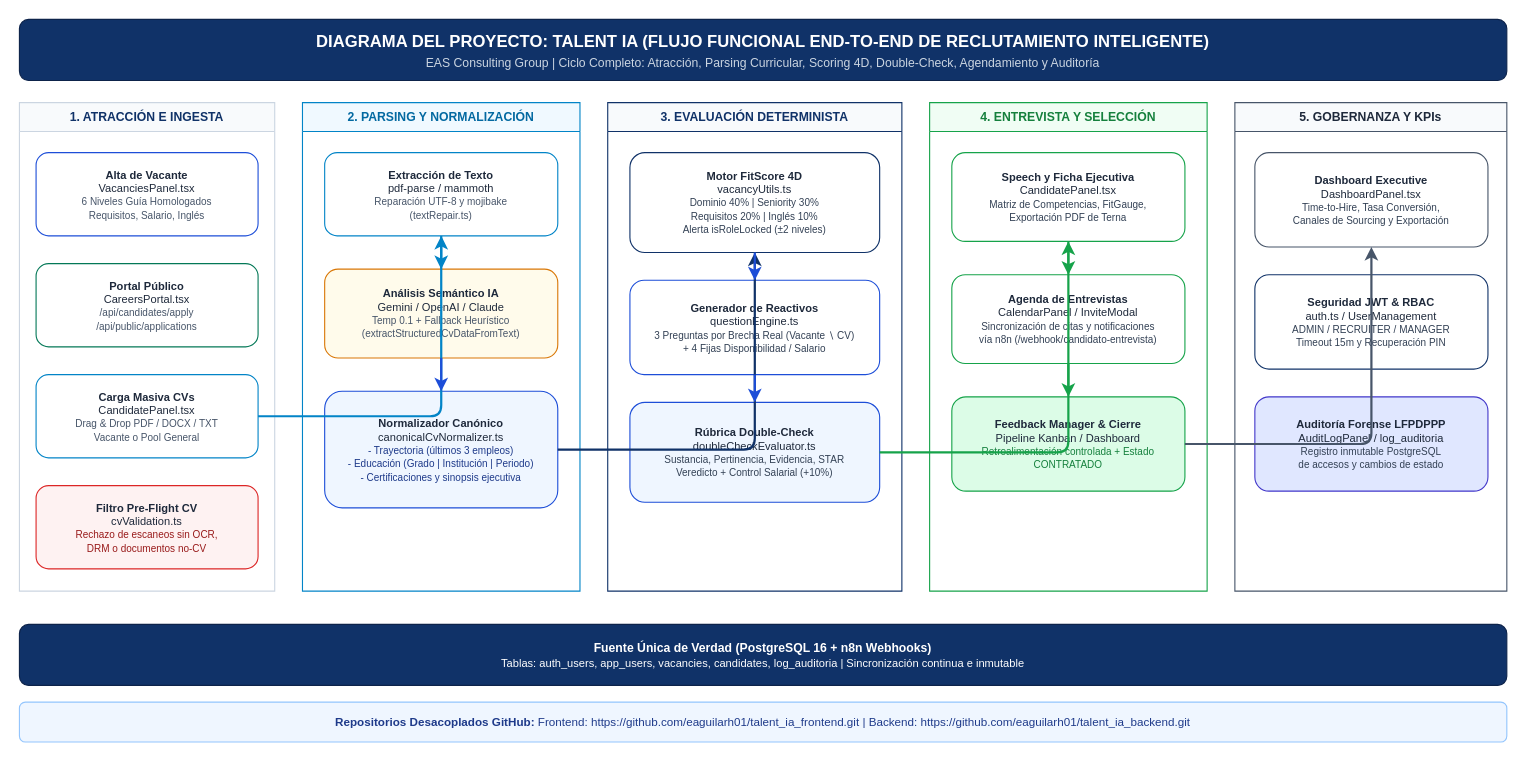
Before: docs/diagrama_proyecto.drawio in fabrica-sw/talent_ia_backend, a draw.io diagram. Source tidied: cells renumbered, new cells numbered last; positions are measured from the earlier drawing's top-left corner, leaving out a move shared by most shapes. Both pictures are drawn from the tidied source at 111%, with x=0, y=0 at pixel (19, 19).
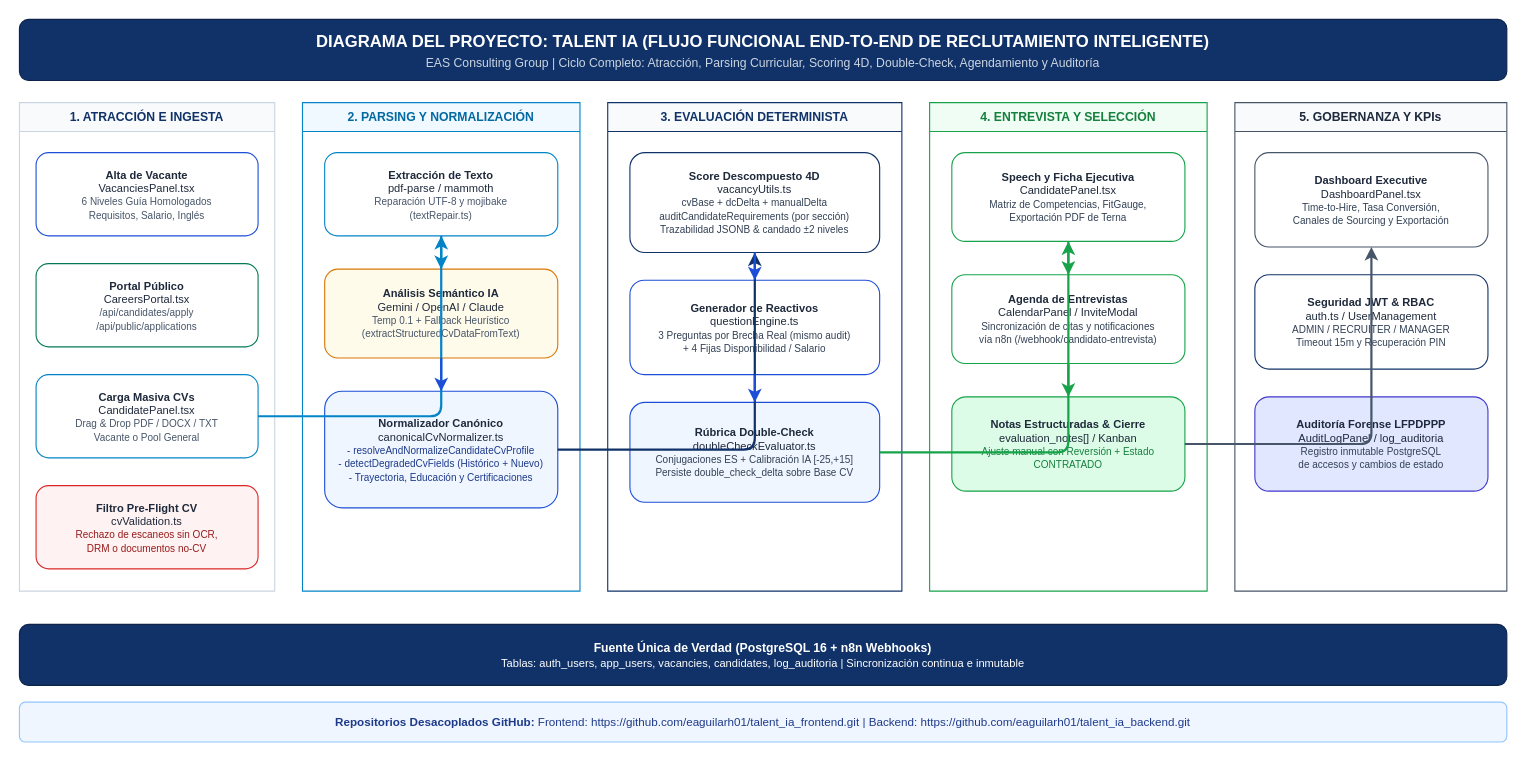
After the change.

Commit message (it also covers changes not shown here):
docs: update architecture specs, manuals, thesis memory, devops and drawio diagrams

The change refers to these unchanged cells:
```xml
<mxCell id="8" value="2. PARSING Y NORMALIZACIÓN" style="swimlane;whiteSpace=wrap;html=1;fillColor=#f0f9ff;strokeColor=#0284c7;fontColor=#0369a1;fontSize=11;fontStyle=1;startSize=26;" parent="1" vertex="1">
  <mxGeometry x="255" y="75" width="250" height="440" as="geometry" />
</mxCell>
<mxCell id="12" value="3. EVALUACIÓN DETERMINISTA" style="swimlane;whiteSpace=wrap;html=1;fillColor=#f8fafc;strokeColor=#103268;fontColor=#103268;fontSize=11;fontStyle=1;startSize=26;" parent="1" vertex="1">
  <mxGeometry x="530" y="75" width="265" height="440" as="geometry" />
</mxCell>
<mxCell id="16" value="4. ENTREVISTA Y SELECCIÓN" style="swimlane;whiteSpace=wrap;html=1;fillColor=#f0fdf4;strokeColor=#16a34a;fontColor=#15803d;fontSize=11;fontStyle=1;startSize=26;" parent="1" vertex="1">
  <mxGeometry x="820" y="75" width="250" height="440" as="geometry" />
</mxCell>
```

Diff of the diagram source:
```diff
@@
-    <mxCell id="11" value="&lt;b&gt;Normalizador Canónico&lt;/b&gt;&lt;br&gt;canonicalCvNormalizer.ts&lt;br&gt;&lt;font style=&quot;font-size: 9px;&quot; color=&quot;#1e3a8a&quot;&gt;- Trayectoria (últimos 3 empleos)&lt;br&gt;- Educación (Grado | Institución | Periodo)&lt;br&gt;- Certificaciones y sinopsis ejecutiva&lt;/font&gt;" style="rounded=1;whiteSpace=wrap;html=1;fillColor=#eff6ff;strokeColor=#1d4ed8;fontColor=#1e293b;fontSize=10;" parent="8" vertex="1">
+    <mxCell id="11" value="&lt;b&gt;Normalizador Canónico&lt;/b&gt;&lt;br&gt;canonicalCvNormalizer.ts&lt;br&gt;&lt;font style=&quot;font-size: 9px;&quot; color=&quot;#1e3a8a&quot;&gt;- resolveAndNormalizeCandidateCvProfile&lt;br&gt;- detectDegradedCvFields (Histórico + Nuevo)&lt;br&gt;- Trayectoria, Educación y Certificaciones&lt;/font&gt;" style="rounded=1;whiteSpace=wrap;html=1;fillColor=#eff6ff;strokeColor=#1d4ed8;fontColor=#1e293b;fontSize=10;" parent="8" vertex="1">
       <mxGeometry x="20" y="260" width="210" height="105" as="geometry" />
     </mxCell>
@@
-    <mxCell id="13" value="&lt;b&gt;Motor FitScore 4D&lt;/b&gt;&lt;br&gt;vacancyUtils.ts&lt;br&gt;&lt;font style=&quot;font-size: 9px;&quot; color=&quot;#334155&quot;&gt;Dominio 40% | Seniority 30%&lt;br&gt;Requisitos 20% | Inglés 10%&lt;br&gt;Alerta isRoleLocked (&amp;plusmn;2 niveles)&lt;/font&gt;" style="rounded=1;whiteSpace=wrap;html=1;fillColor=#ffffff;strokeColor=#103268;fontColor=#1e293b;fontSize=10;" parent="12" vertex="1">
+    <mxCell id="13" value="&lt;b&gt;Score Descompuesto 4D&lt;/b&gt;&lt;br&gt;vacancyUtils.ts&lt;br&gt;&lt;font style=&quot;font-size: 9px;&quot; color=&quot;#334155&quot;&gt;cvBase + dcDelta + manualDelta&lt;br&gt;auditCandidateRequirements (por sección)&lt;br&gt;Trazabilidad JSONB &amp;amp; candado &amp;plusmn;2 niveles&lt;/font&gt;" style="rounded=1;whiteSpace=wrap;html=1;fillColor=#ffffff;strokeColor=#103268;fontColor=#1e293b;fontSize=10;" parent="12" vertex="1">
       <mxGeometry x="20" y="45" width="225" height="90" as="geometry" />
     </mxCell>
-    <mxCell id="14" value="&lt;b&gt;Generador de Reactivos&lt;/b&gt;&lt;br&gt;questionEngine.ts&lt;br&gt;&lt;font style=&quot;font-size: 9px;&quot; color=&quot;#334155&quot;&gt;3 Preguntas por Brecha Real (Vacante &amp;setminus; CV)&lt;br&gt;+ 4 Fijas Disponibilidad / Salario&lt;/font&gt;" style="rounded=1;whiteSpace=wrap;html=1;fillColor=#ffffff;strokeColor=#1d4ed8;fontColor=#1e293b;fontSize=10;" parent="12" vertex="1">
+    <mxCell id="14" value="&lt;b&gt;Generador de Reactivos&lt;/b&gt;&lt;br&gt;questionEngine.ts&lt;br&gt;&lt;font style=&quot;font-size: 9px;&quot; color=&quot;#334155&quot;&gt;3 Preguntas por Brecha Real (mismo audit)&lt;br&gt;+ 4 Fijas Disponibilidad / Salario&lt;/font&gt;" style="rounded=1;whiteSpace=wrap;html=1;fillColor=#ffffff;strokeColor=#1d4ed8;fontColor=#1e293b;fontSize=10;" parent="12" vertex="1">
       <mxGeometry x="20" y="160" width="225" height="85" as="geometry" />
     </mxCell>
-    <mxCell id="15" value="&lt;b&gt;Rúbrica Double-Check&lt;/b&gt;&lt;br&gt;doubleCheckEvaluator.ts&lt;br&gt;&lt;font style=&quot;font-size: 9px;&quot; color=&quot;#334155&quot;&gt;Sustancia, Pertinencia, Evidencia, STAR&lt;br&gt;Veredicto + Control Salarial (+10%)&lt;/font&gt;" style="rounded=1;whiteSpace=wrap;html=1;fillColor=#eff6ff;strokeColor=#1d4ed8;fontColor=#1e293b;fontSize=10;" parent="12" vertex="1">
+    <mxCell id="15" value="&lt;b&gt;Rúbrica Double-Check&lt;/b&gt;&lt;br&gt;doubleCheckEvaluator.ts&lt;br&gt;&lt;font style=&quot;font-size: 9px;&quot; color=&quot;#334155&quot;&gt;Conjugaciones ES + Calibración IA [-25,+15]&lt;br&gt;Persiste double_check_delta sobre Base CV&lt;/font&gt;" style="rounded=1;whiteSpace=wrap;html=1;fillColor=#eff6ff;strokeColor=#1d4ed8;fontColor=#1e293b;fontSize=10;" parent="12" vertex="1">
       <mxGeometry x="20" y="270" width="225" height="90" as="geometry" />
     </mxCell>
@@
-    <mxCell id="19" value="&lt;b&gt;Feedback Manager &amp;amp; Cierre&lt;/b&gt;&lt;br&gt;Pipeline Kanban / Dashboard&lt;br&gt;&lt;font style=&quot;font-size: 9px;&quot; color=&quot;#15803d&quot;&gt;Retroalimentación controlada + Estado CONTRATADO&lt;/font&gt;" style="rounded=1;whiteSpace=wrap;html=1;fillColor=#dcfce7;strokeColor=#16a34a;fontColor=#1e293b;fontSize=10;" parent="16" vertex="1">
+    <mxCell id="19" value="&lt;b&gt;Notas Estructuradas &amp;amp; Cierre&lt;/b&gt;&lt;br&gt;evaluation_notes[] / Kanban&lt;br&gt;&lt;font style=&quot;font-size: 9px;&quot; color=&quot;#15803d&quot;&gt;Ajuste manual con Reversión + Estado CONTRATADO&lt;/font&gt;" style="rounded=1;whiteSpace=wrap;html=1;fillColor=#dcfce7;strokeColor=#16a34a;fontColor=#1e293b;fontSize=10;" parent="16" vertex="1">
       <mxGeometry x="20" y="265" width="210" height="85" as="geometry" />
     </mxCell>
```
